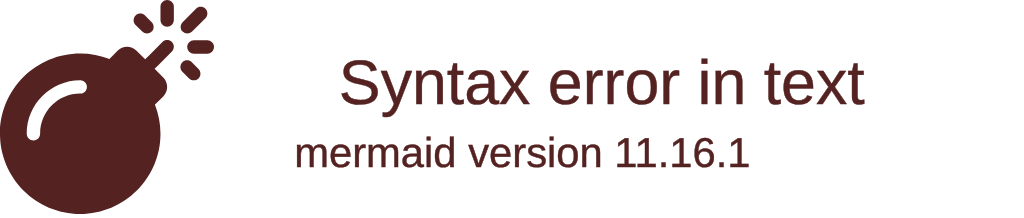
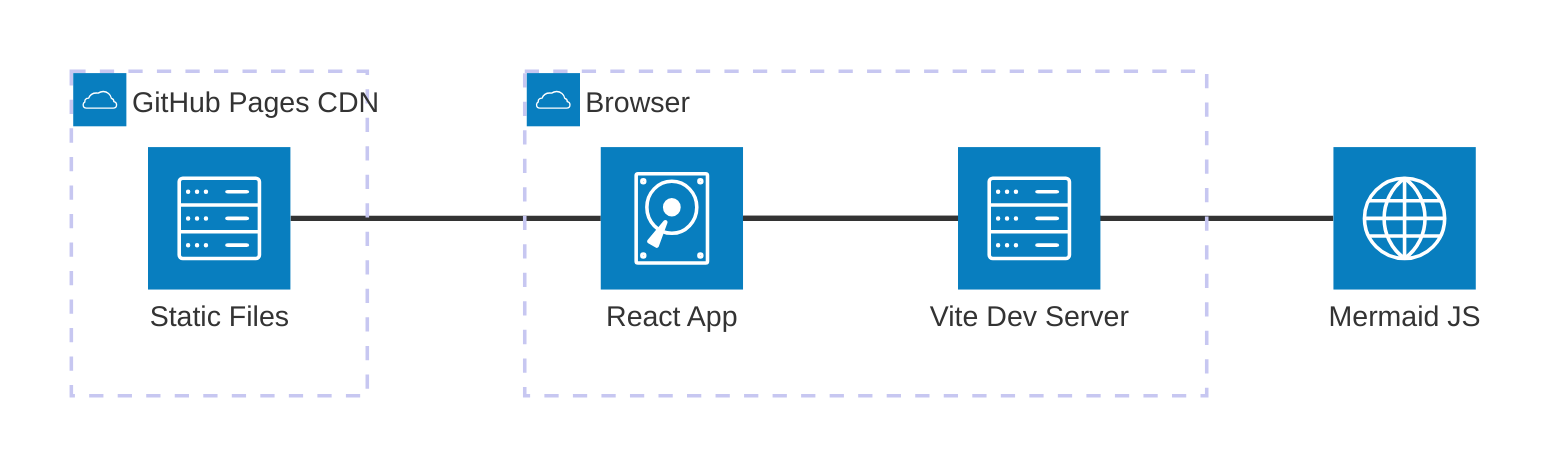
architecture-beta
  group browser(cloud)[Browser]
  group cdn(cloud)[GitHub Pages CDN]

  service vite(server)[Vite Dev Server] in browser
  service app(disk)[React App] in browser
  service pages(server)[Static Files] in cdn

-   service mermaidjs(internet)[Mermaid.js]
+   service mermaidjs(internet)[Mermaid JS]

  app:R -- L:mermaidjs
  vite:R -- L:app
  pages:R -- L:app
